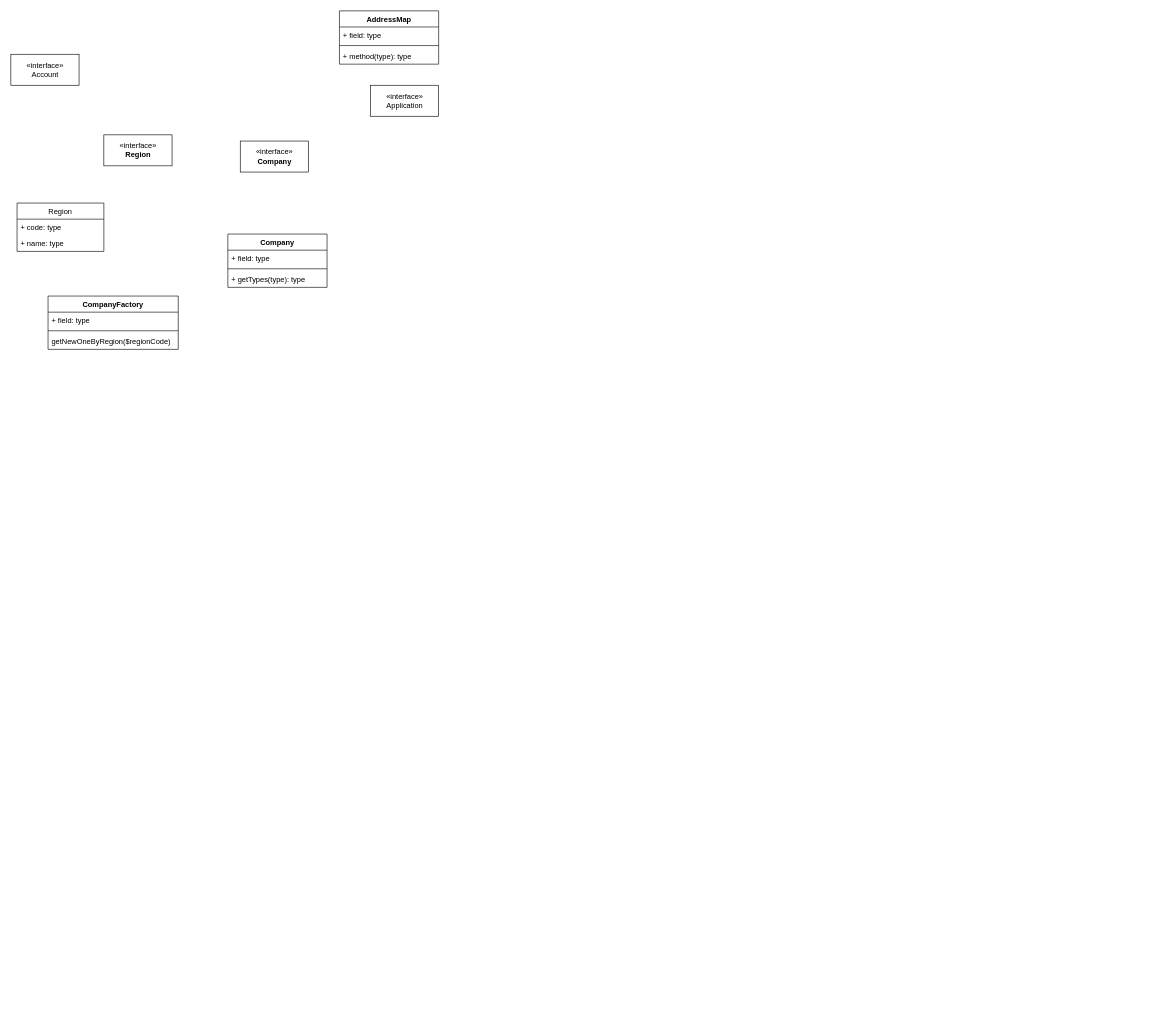
Before: sellerRegistration.drawio in lei1314lei/Docs-ToolotsWebsite, a draw.io diagram. Source tidied: cells renumbered, new cells numbered last; positions are measured from the earlier drawing's top-left corner, leaving out a move shared by most shapes. Both pictures are drawn from the tidied source at 62%, with x=0, y=0 at pixel (11, 11).
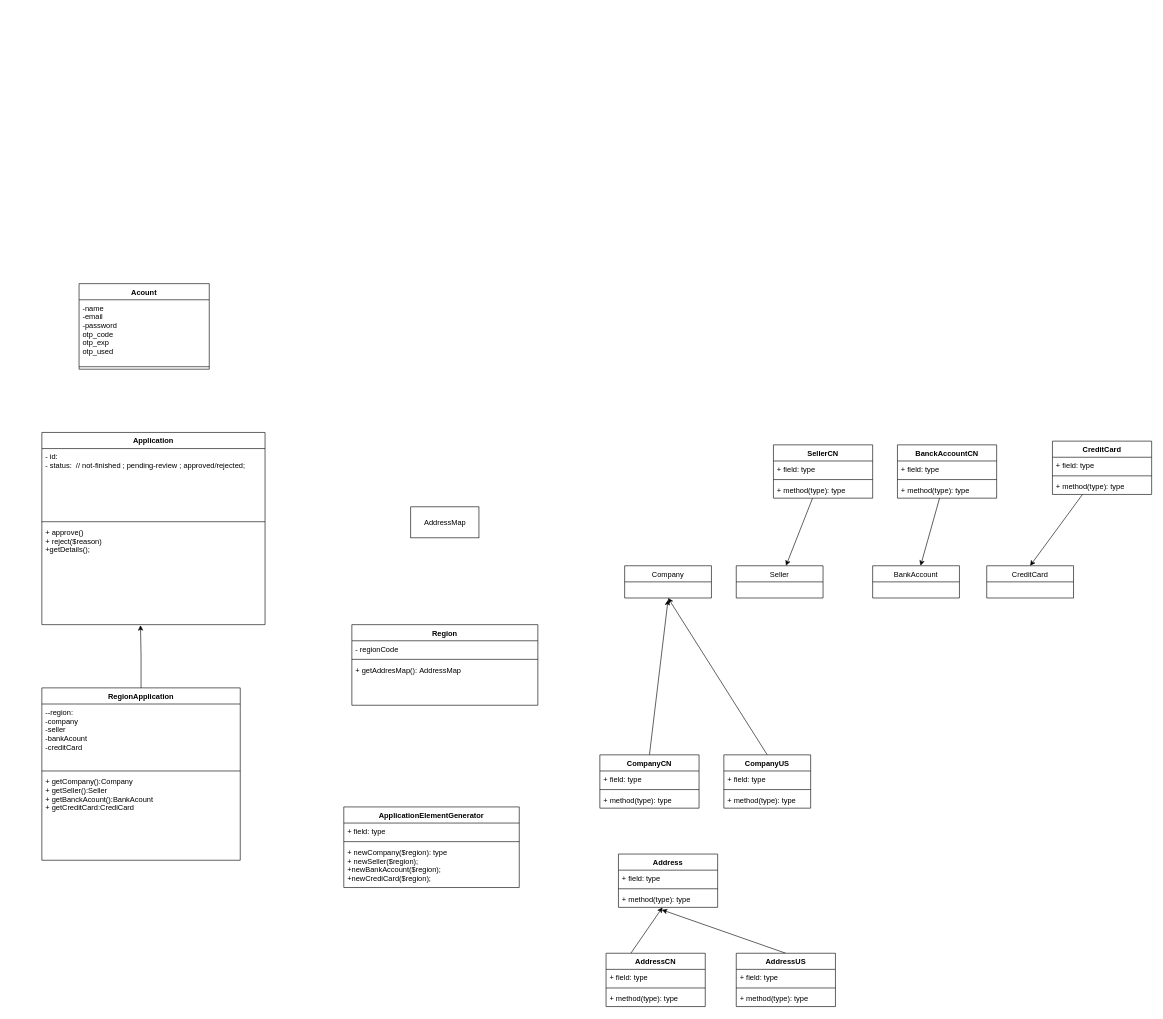
The same diagram, later.

The edit, as a diff of the source:
```diff
@@
-    <mxCell id="2" value="«interface»&lt;br&gt;Account" style="html=1;" parent="1" vertex="1">
-      <mxGeometry y="70" width="110" height="50" as="geometry" />
-    </mxCell>
-    <mxCell id="3" value="«interface»&lt;br&gt;&lt;b&gt;Region&lt;/b&gt;" style="html=1;" parent="1" vertex="1">
-      <mxGeometry x="150" y="200" width="110" height="50" as="geometry" />
-    </mxCell>
-    <mxCell id="4" value="«interface»&lt;br&gt;Application" style="html=1;" parent="1" vertex="1">
-      <mxGeometry x="580" y="120" width="110" height="50" as="geometry" />
-    </mxCell>
+    <mxCell id="21" value="Acount" style="swimlane;fontStyle=1;align=center;verticalAlign=top;horizontal=1;startSize=26;" parent="1" vertex="1">
+      <mxGeometry x="110" y="440" width="210" height="138" as="geometry" />
+    </mxCell>
+    <mxCell id="22" value="-name&#10;-email&#10;-password&#10;otp_code&#10;otp_exp&#10;otp_used" style="text;strokeColor=none;fillColor=none;align=left;verticalAlign=top;spacingLeft=4;spacingRight=4;overflow=hidden;" parent="21" vertex="1">
+      <mxGeometry y="26" width="210" height="104" as="geometry" />
+    </mxCell>
+    <mxCell id="23" style="line;strokeWidth=1;fillColor=none;align=left;verticalAlign=middle;spacingTop=-1;spacingLeft=3;spacingRight=3;labelPosition=right;" parent="21" vertex="1">
+      <mxGeometry y="130" width="210" height="8" as="geometry" />
+    </mxCell>
+    <mxCell id="24" value="Application" style="swimlane;fontStyle=1;align=center;verticalAlign=top;horizontal=1;startSize=26;" parent="1" vertex="1">
+      <mxGeometry x="50" y="680" width="360" height="310" as="geometry" />
+    </mxCell>
+    <mxCell id="25" value="- id:&#10;- status:  // not-finished ; pending-review ; approved/rejected;" style="text;strokeColor=none;fillColor=none;align=left;verticalAlign=top;spacingLeft=4;spacingRight=4;overflow=hidden;" parent="24" vertex="1">
+      <mxGeometry y="26" width="360" height="114" as="geometry" />
+    </mxCell>
+    <mxCell id="26" style="line;strokeWidth=1;fillColor=none;align=left;verticalAlign=middle;spacingTop=-1;spacingLeft=3;spacingRight=3;labelPosition=right;" parent="24" vertex="1">
+      <mxGeometry y="140" width="360" height="8" as="geometry" />
+    </mxCell>
+    <mxCell id="27" value="+ approve()&#10;+ reject($reason)&#10;+getDetails();" style="text;strokeColor=none;fillColor=none;align=left;verticalAlign=top;spacingLeft=4;spacingRight=4;overflow=hidden;points=[[0,0.5],[1,0.5]];portConstraint=eastwest;" parent="24" vertex="1">
+      <mxGeometry y="148" width="360" height="162" as="geometry" />
+    </mxCell>
+    <mxCell id="18" value="Region" style="swimlane;fontStyle=1;align=center;verticalAlign=top;horizontal=1;startSize=26;" parent="1" vertex="1">
+      <mxGeometry x="550" y="990" width="300" height="130" as="geometry" />
+    </mxCell>
+    <mxCell id="28" value="- regionCode" style="text;strokeColor=none;fillColor=none;align=left;verticalAlign=top;spacingLeft=4;spacingRight=4;overflow=hidden;" parent="18" vertex="1">
+      <mxGeometry y="26" width="300" height="26" as="geometry" />
+    </mxCell>
+    <mxCell id="29" style="line;strokeWidth=1;fillColor=none;align=left;verticalAlign=middle;spacingTop=-1;spacingLeft=3;spacingRight=3;labelPosition=right;" parent="18" vertex="1">
+      <mxGeometry y="52" width="300" height="8" as="geometry" />
+    </mxCell>
+    <mxCell id="30" value="+ getAddresMap(): AddressMap&#10;" style="text;strokeColor=none;fillColor=none;align=left;verticalAlign=top;spacingLeft=4;spacingRight=4;overflow=hidden;" parent="18" vertex="1">
+      <mxGeometry y="60" width="300" height="70" as="geometry" />
+    </mxCell>
-    <mxCell id="5" value="AddressMap" style="swimlane;fontStyle=1;align=center;verticalAlign=top;horizontal=1;startSize=26;" parent="1" vertex="1">
-      <mxGeometry x="530" width="160" height="86" as="geometry" />
+    <mxCell id="5" value="AddressMap" style="html=1;" parent="1" vertex="1">
+      <mxGeometry x="645" y="800" width="110" height="50" as="geometry" />
     </mxCell>
-    <mxCell id="6" value="+ field: type" style="text;strokeColor=none;fillColor=none;align=left;verticalAlign=top;spacingLeft=4;spacingRight=4;overflow=hidden;" parent="5" vertex="1">
-      <mxGeometry y="26" width="160" height="26" as="geometry" />
-    </mxCell>
-    <mxCell id="7" style="line;strokeWidth=1;fillColor=none;align=left;verticalAlign=middle;spacingTop=-1;spacingLeft=3;spacingRight=3;labelPosition=right;" parent="5" vertex="1">
-      <mxGeometry y="52" width="160" height="8" as="geometry" />
-    </mxCell>
-    <mxCell id="8" value="+ method(type): type" style="text;strokeColor=none;fillColor=none;align=left;verticalAlign=top;spacingLeft=4;spacingRight=4;overflow=hidden;" parent="5" vertex="1">
-      <mxGeometry y="60" width="160" height="26" as="geometry" />
-    </mxCell>
+    <mxCell id="31" style="edgeStyle=orthogonalEdgeStyle;rounded=0;jettySize=auto;html=1;exitX=0.5;exitY=0;exitDx=0;exitDy=0;entryX=0.442;entryY=1.006;entryDx=0;entryDy=0;entryPerimeter=0;" parent="1" edge="1" source="32" target="27">
+      <mxGeometry relative="1" as="geometry" />
+    </mxCell>
+    <mxCell id="32" value="RegionApplication" style="swimlane;fontStyle=1;align=center;verticalAlign=top;horizontal=1;startSize=26;" parent="1" vertex="1">
+      <mxGeometry x="50" y="1092" width="320" height="278" as="geometry" />
+    </mxCell>
+    <mxCell id="33" value="--region: &#10;-company&#10;-seller&#10;-bankAcount&#10;-creditCard" style="text;strokeColor=none;fillColor=none;align=left;verticalAlign=top;spacingLeft=4;spacingRight=4;overflow=hidden;" parent="32" vertex="1">
+      <mxGeometry y="26" width="320" height="104" as="geometry" />
+    </mxCell>
+    <mxCell id="34" style="line;strokeWidth=1;fillColor=none;align=left;verticalAlign=middle;spacingTop=-1;spacingLeft=3;spacingRight=3;labelPosition=right;" parent="32" vertex="1">
+      <mxGeometry y="130" width="320" height="8" as="geometry" />
+    </mxCell>
+    <mxCell id="35" value="+ getCompany():Company&#10;+ getSeller():Seller&#10;+ getBanckAcount():BankAcount&#10;+ getCreditCard:CrediCard" style="text;strokeColor=none;fillColor=none;align=left;verticalAlign=top;spacingLeft=4;spacingRight=4;overflow=hidden;" parent="32" vertex="1">
+      <mxGeometry y="138" width="320" height="140" as="geometry" />
+    </mxCell>
+    <mxCell id="36" value="Seller" style="swimlane;fontStyle=0;horizontal=1;startSize=26;fillColor=none;" parent="1" vertex="1">
+      <mxGeometry x="1170" y="895" width="140" height="52" as="geometry" />
+    </mxCell>
-    <mxCell id="9" value="Company" style="swimlane;fontStyle=1;align=center;verticalAlign=top;horizontal=1;startSize=26;" parent="1" vertex="1">
-      <mxGeometry x="350" y="360" width="160" height="86" as="geometry" />
+    <mxCell id="9" value="Company" style="swimlane;fontStyle=0;horizontal=1;startSize=26;fillColor=none;" parent="1" vertex="1">
+      <mxGeometry x="990" y="895" width="140" height="52" as="geometry" />
     </mxCell>
-    <mxCell id="10" value="+ field: type" style="text;strokeColor=none;fillColor=none;align=left;verticalAlign=top;spacingLeft=4;spacingRight=4;overflow=hidden;" parent="9" vertex="1">
-      <mxGeometry y="26" width="160" height="26" as="geometry" />
-    </mxCell>
-    <mxCell id="11" style="line;strokeWidth=1;fillColor=none;align=left;verticalAlign=middle;spacingTop=-1;spacingLeft=3;spacingRight=3;labelPosition=right;" parent="9" vertex="1">
-      <mxGeometry y="52" width="160" height="8" as="geometry" />
-    </mxCell>
-    <mxCell id="12" value="+ getTypes(type): type" style="text;strokeColor=none;fillColor=none;align=left;verticalAlign=top;spacingLeft=4;spacingRight=4;overflow=hidden;" parent="9" vertex="1">
-      <mxGeometry y="60" width="160" height="26" as="geometry" />
-    </mxCell>
-    <mxCell id="13" value="«interface»&lt;br&gt;&lt;b&gt;Company&lt;/b&gt;" style="html=1;" parent="1" vertex="1">
-      <mxGeometry x="370" y="210" width="110" height="50" as="geometry" />
-    </mxCell>
-    <mxCell id="14" value="CompanyFactory" style="swimlane;fontStyle=1;align=center;verticalAlign=top;horizontal=1;startSize=26;" parent="1" vertex="1">
-      <mxGeometry x="60" y="460" width="210" height="86" as="geometry" />
-    </mxCell>
-    <mxCell id="15" value="+ field: type" style="text;strokeColor=none;fillColor=none;align=left;verticalAlign=top;spacingLeft=4;spacingRight=4;overflow=hidden;" parent="14" vertex="1">
-      <mxGeometry y="26" width="210" height="26" as="geometry" />
-    </mxCell>
-    <mxCell id="16" style="line;strokeWidth=1;fillColor=none;align=left;verticalAlign=middle;spacingTop=-1;spacingLeft=3;spacingRight=3;labelPosition=right;" parent="14" vertex="1">
-      <mxGeometry y="52" width="210" height="8" as="geometry" />
-    </mxCell>
-    <mxCell id="17" value="getNewOneByRegion($regionCode)" style="text;strokeColor=none;fillColor=none;align=left;verticalAlign=top;spacingLeft=4;spacingRight=4;overflow=hidden;" parent="14" vertex="1">
-      <mxGeometry y="60" width="210" height="26" as="geometry" />
-    </mxCell>
-    <mxCell id="18" value="Region" style="swimlane;fontStyle=0;horizontal=1;startSize=26;fillColor=none;" parent="1" vertex="1">
-      <mxGeometry x="10" y="310" width="140" height="78" as="geometry" />
-    </mxCell>
-    <mxCell id="19" value="+ code: type" style="text;strokeColor=none;fillColor=none;align=left;verticalAlign=top;spacingLeft=4;spacingRight=4;overflow=hidden;" parent="18" vertex="1">
-      <mxGeometry y="26" width="140" height="26" as="geometry" />
-    </mxCell>
-    <mxCell id="20" value="+ name: type" style="text;strokeColor=none;fillColor=none;align=left;verticalAlign=top;spacingLeft=4;spacingRight=4;overflow=hidden;" parent="18" vertex="1">
-      <mxGeometry y="52" width="140" height="26" as="geometry" />
-    </mxCell>
+    <mxCell id="37" value="BankAccount" style="swimlane;fontStyle=0;horizontal=1;startSize=26;fillColor=none;" parent="1" vertex="1">
+      <mxGeometry x="1390" y="895" width="140" height="52" as="geometry" />
+    </mxCell>
+    <mxCell id="38" value="CreditCard" style="swimlane;fontStyle=0;horizontal=1;startSize=26;fillColor=none;" parent="1" vertex="1">
+      <mxGeometry x="1574" y="895" width="140" height="52" as="geometry" />
+    </mxCell>
+    <mxCell id="39" style="edgeStyle=none;rounded=0;jettySize=auto;html=1;exitX=0.5;exitY=0;exitDx=0;exitDy=0;entryX=0.5;entryY=1;entryDx=0;entryDy=0;" parent="1" edge="1" source="40" target="9">
+      <mxGeometry relative="1" as="geometry" />
+    </mxCell>
+    <mxCell id="40" value="CompanyUS" style="swimlane;fontStyle=1;align=center;verticalAlign=top;horizontal=1;startSize=26;" parent="1" vertex="1">
+      <mxGeometry x="1150" y="1200" width="140" height="86" as="geometry" />
+    </mxCell>
+    <mxCell id="41" value="+ field: type" style="text;strokeColor=none;fillColor=none;align=left;verticalAlign=top;spacingLeft=4;spacingRight=4;overflow=hidden;" parent="40" vertex="1">
+      <mxGeometry y="26" width="140" height="26" as="geometry" />
+    </mxCell>
+    <mxCell id="42" style="line;strokeWidth=1;fillColor=none;align=left;verticalAlign=middle;spacingTop=-1;spacingLeft=3;spacingRight=3;labelPosition=right;" parent="40" vertex="1">
+      <mxGeometry y="52" width="140" height="8" as="geometry" />
+    </mxCell>
+    <mxCell id="43" value="+ method(type): type" style="text;strokeColor=none;fillColor=none;align=left;verticalAlign=top;spacingLeft=4;spacingRight=4;overflow=hidden;" parent="40" vertex="1">
+      <mxGeometry y="60" width="140" height="26" as="geometry" />
+    </mxCell>
+    <mxCell id="44" style="edgeStyle=none;rounded=0;jettySize=auto;html=1;exitX=0.5;exitY=0;exitDx=0;exitDy=0;" parent="1" edge="1" source="45">
+      <mxGeometry relative="1" as="geometry">
+        <mxPoint x="1060" y="950" as="targetPoint" />
+      </mxGeometry>
+    </mxCell>
+    <mxCell id="45" value="CompanyCN" style="swimlane;fontStyle=1;align=center;verticalAlign=top;horizontal=1;startSize=26;" parent="1" vertex="1">
+      <mxGeometry x="950" y="1200" width="160" height="86" as="geometry" />
+    </mxCell>
+    <mxCell id="46" value="+ field: type" style="text;strokeColor=none;fillColor=none;align=left;verticalAlign=top;spacingLeft=4;spacingRight=4;overflow=hidden;" parent="45" vertex="1">
+      <mxGeometry y="26" width="160" height="26" as="geometry" />
+    </mxCell>
+    <mxCell id="47" style="line;strokeWidth=1;fillColor=none;align=left;verticalAlign=middle;spacingTop=-1;spacingLeft=3;spacingRight=3;labelPosition=right;" parent="45" vertex="1">
+      <mxGeometry y="52" width="160" height="8" as="geometry" />
+    </mxCell>
+    <mxCell id="48" value="+ method(type): type" style="text;strokeColor=none;fillColor=none;align=left;verticalAlign=top;spacingLeft=4;spacingRight=4;overflow=hidden;" parent="45" vertex="1">
+      <mxGeometry y="60" width="160" height="26" as="geometry" />
+    </mxCell>
+    <mxCell id="49" value="ApplicationElementGenerator" style="swimlane;fontStyle=1;align=center;verticalAlign=top;horizontal=1;startSize=26;" parent="1" vertex="1">
+      <mxGeometry x="537" y="1284" width="283" height="130" as="geometry" />
+    </mxCell>
+    <mxCell id="50" value="+ field: type" style="text;strokeColor=none;fillColor=none;align=left;verticalAlign=top;spacingLeft=4;spacingRight=4;overflow=hidden;" parent="49" vertex="1">
+      <mxGeometry y="26" width="283" height="26" as="geometry" />
+    </mxCell>
+    <mxCell id="51" style="line;strokeWidth=1;fillColor=none;align=left;verticalAlign=middle;spacingTop=-1;spacingLeft=3;spacingRight=3;labelPosition=right;" parent="49" vertex="1">
+      <mxGeometry y="52" width="283" height="8" as="geometry" />
+    </mxCell>
+    <mxCell id="52" value="+ newCompany($region): type&#10;+ newSeller($region);&#10;+newBankAccount($region);&#10;+newCrediCard($region);" style="text;strokeColor=none;fillColor=none;align=left;verticalAlign=top;spacingLeft=4;spacingRight=4;overflow=hidden;" parent="49" vertex="1">
+      <mxGeometry y="60" width="283" height="70" as="geometry" />
+    </mxCell>
+    <mxCell id="53" value="Address" style="swimlane;fontStyle=1;align=center;verticalAlign=top;horizontal=1;startSize=26;" parent="1" vertex="1">
+      <mxGeometry x="980" y="1360" width="160" height="86" as="geometry" />
+    </mxCell>
+    <mxCell id="54" value="+ field: type" style="text;strokeColor=none;fillColor=none;align=left;verticalAlign=top;spacingLeft=4;spacingRight=4;overflow=hidden;" parent="53" vertex="1">
+      <mxGeometry y="26" width="160" height="26" as="geometry" />
+    </mxCell>
+    <mxCell id="55" style="line;strokeWidth=1;fillColor=none;align=left;verticalAlign=middle;spacingTop=-1;spacingLeft=3;spacingRight=3;labelPosition=right;" parent="53" vertex="1">
+      <mxGeometry y="52" width="160" height="8" as="geometry" />
+    </mxCell>
+    <mxCell id="56" value="+ method(type): type" style="text;strokeColor=none;fillColor=none;align=left;verticalAlign=top;spacingLeft=4;spacingRight=4;overflow=hidden;points=[[0,0.5],[1,0.5]];portConstraint=eastwest;" parent="53" vertex="1">
+      <mxGeometry y="60" width="160" height="26" as="geometry" />
+    </mxCell>
+    <mxCell id="57" style="edgeStyle=none;rounded=0;jettySize=auto;html=1;exitX=0.25;exitY=0;exitDx=0;exitDy=0;" parent="1" edge="1" source="58" target="56">
+      <mxGeometry relative="1" as="geometry" />
+    </mxCell>
+    <mxCell id="58" value="AddressCN" style="swimlane;fontStyle=1;align=center;verticalAlign=top;horizontal=1;startSize=26;" parent="1" vertex="1">
+      <mxGeometry x="960" y="1520" width="160" height="86" as="geometry" />
+    </mxCell>
+    <mxCell id="59" value="+ field: type" style="text;strokeColor=none;fillColor=none;align=left;verticalAlign=top;spacingLeft=4;spacingRight=4;overflow=hidden;" parent="58" vertex="1">
+      <mxGeometry y="26" width="160" height="26" as="geometry" />
+    </mxCell>
+    <mxCell id="60" style="line;strokeWidth=1;fillColor=none;align=left;verticalAlign=middle;spacingTop=-1;spacingLeft=3;spacingRight=3;labelPosition=right;" parent="58" vertex="1">
+      <mxGeometry y="52" width="160" height="8" as="geometry" />
+    </mxCell>
+    <mxCell id="61" value="+ method(type): type" style="text;strokeColor=none;fillColor=none;align=left;verticalAlign=top;spacingLeft=4;spacingRight=4;overflow=hidden;" parent="58" vertex="1">
+      <mxGeometry y="60" width="160" height="26" as="geometry" />
+    </mxCell>
+    <mxCell id="62" style="edgeStyle=none;rounded=0;jettySize=auto;html=1;exitX=0.5;exitY=0;exitDx=0;exitDy=0;" parent="1" edge="1" source="63">
+      <mxGeometry relative="1" as="geometry">
+        <mxPoint x="1050" y="1450" as="targetPoint" />
+      </mxGeometry>
+    </mxCell>
+    <mxCell id="63" value="AddressUS" style="swimlane;fontStyle=1;align=center;verticalAlign=top;horizontal=1;startSize=26;" parent="1" vertex="1">
+      <mxGeometry x="1170" y="1520" width="160" height="86" as="geometry" />
+    </mxCell>
+    <mxCell id="64" value="+ field: type" style="text;strokeColor=none;fillColor=none;align=left;verticalAlign=top;spacingLeft=4;spacingRight=4;overflow=hidden;" parent="63" vertex="1">
+      <mxGeometry y="26" width="160" height="26" as="geometry" />
+    </mxCell>
+    <mxCell id="65" style="line;strokeWidth=1;fillColor=none;align=left;verticalAlign=middle;spacingTop=-1;spacingLeft=3;spacingRight=3;labelPosition=right;" parent="63" vertex="1">
+      <mxGeometry y="52" width="160" height="8" as="geometry" />
+    </mxCell>
+    <mxCell id="66" value="+ method(type): type" style="text;strokeColor=none;fillColor=none;align=left;verticalAlign=top;spacingLeft=4;spacingRight=4;overflow=hidden;" parent="63" vertex="1">
+      <mxGeometry y="60" width="160" height="26" as="geometry" />
+    </mxCell>
+    <mxCell id="67" style="edgeStyle=none;rounded=0;jettySize=auto;html=1;" parent="1" edge="1" source="68" target="36">
+      <mxGeometry relative="1" as="geometry" />
+    </mxCell>
+    <mxCell id="68" value="SellerCN" style="swimlane;fontStyle=1;align=center;verticalAlign=top;horizontal=1;startSize=26;" parent="1" vertex="1">
+      <mxGeometry x="1230" y="700" width="160" height="86" as="geometry" />
+    </mxCell>
+    <mxCell id="69" value="+ field: type" style="text;strokeColor=none;fillColor=none;align=left;verticalAlign=top;spacingLeft=4;spacingRight=4;overflow=hidden;" parent="68" vertex="1">
+      <mxGeometry y="26" width="160" height="26" as="geometry" />
+    </mxCell>
+    <mxCell id="70" style="line;strokeWidth=1;fillColor=none;align=left;verticalAlign=middle;spacingTop=-1;spacingLeft=3;spacingRight=3;labelPosition=right;" parent="68" vertex="1">
+      <mxGeometry y="52" width="160" height="8" as="geometry" />
+    </mxCell>
+    <mxCell id="71" value="+ method(type): type" style="text;strokeColor=none;fillColor=none;align=left;verticalAlign=top;spacingLeft=4;spacingRight=4;overflow=hidden;" parent="68" vertex="1">
+      <mxGeometry y="60" width="160" height="26" as="geometry" />
+    </mxCell>
+    <mxCell id="72" style="edgeStyle=none;rounded=0;jettySize=auto;html=1;" parent="1" edge="1" source="73" target="37">
+      <mxGeometry relative="1" as="geometry" />
+    </mxCell>
+    <mxCell id="73" value="BanckAccountCN" style="swimlane;fontStyle=1;align=center;verticalAlign=top;horizontal=1;startSize=26;" parent="1" vertex="1">
+      <mxGeometry x="1430" y="700" width="160" height="86" as="geometry" />
+    </mxCell>
+    <mxCell id="74" value="+ field: type" style="text;strokeColor=none;fillColor=none;align=left;verticalAlign=top;spacingLeft=4;spacingRight=4;overflow=hidden;" parent="73" vertex="1">
+      <mxGeometry y="26" width="160" height="26" as="geometry" />
+    </mxCell>
+    <mxCell id="75" style="line;strokeWidth=1;fillColor=none;align=left;verticalAlign=middle;spacingTop=-1;spacingLeft=3;spacingRight=3;labelPosition=right;" parent="73" vertex="1">
+      <mxGeometry y="52" width="160" height="8" as="geometry" />
+    </mxCell>
+    <mxCell id="76" value="+ method(type): type" style="text;strokeColor=none;fillColor=none;align=left;verticalAlign=top;spacingLeft=4;spacingRight=4;overflow=hidden;" parent="73" vertex="1">
+      <mxGeometry y="60" width="160" height="26" as="geometry" />
+    </mxCell>
+    <mxCell id="77" style="edgeStyle=none;rounded=0;jettySize=auto;html=1;entryX=0.5;entryY=0;entryDx=0;entryDy=0;" parent="1" edge="1" source="78" target="38">
+      <mxGeometry relative="1" as="geometry" />
+    </mxCell>
+    <mxCell id="78" value="CreditCard" style="swimlane;fontStyle=1;align=center;verticalAlign=top;horizontal=1;startSize=26;" parent="1" vertex="1">
+      <mxGeometry x="1680" y="694" width="160" height="86" as="geometry" />
+    </mxCell>
+    <mxCell id="79" value="+ field: type" style="text;strokeColor=none;fillColor=none;align=left;verticalAlign=top;spacingLeft=4;spacingRight=4;overflow=hidden;" parent="78" vertex="1">
+      <mxGeometry y="26" width="160" height="26" as="geometry" />
+    </mxCell>
+    <mxCell id="80" style="line;strokeWidth=1;fillColor=none;align=left;verticalAlign=middle;spacingTop=-1;spacingLeft=3;spacingRight=3;labelPosition=right;" parent="78" vertex="1">
+      <mxGeometry y="52" width="160" height="8" as="geometry" />
+    </mxCell>
+    <mxCell id="81" value="+ method(type): type" style="text;strokeColor=none;fillColor=none;align=left;verticalAlign=top;spacingLeft=4;spacingRight=4;overflow=hidden;" parent="78" vertex="1">
+      <mxGeometry y="60" width="160" height="26" as="geometry" />
+    </mxCell>
```
